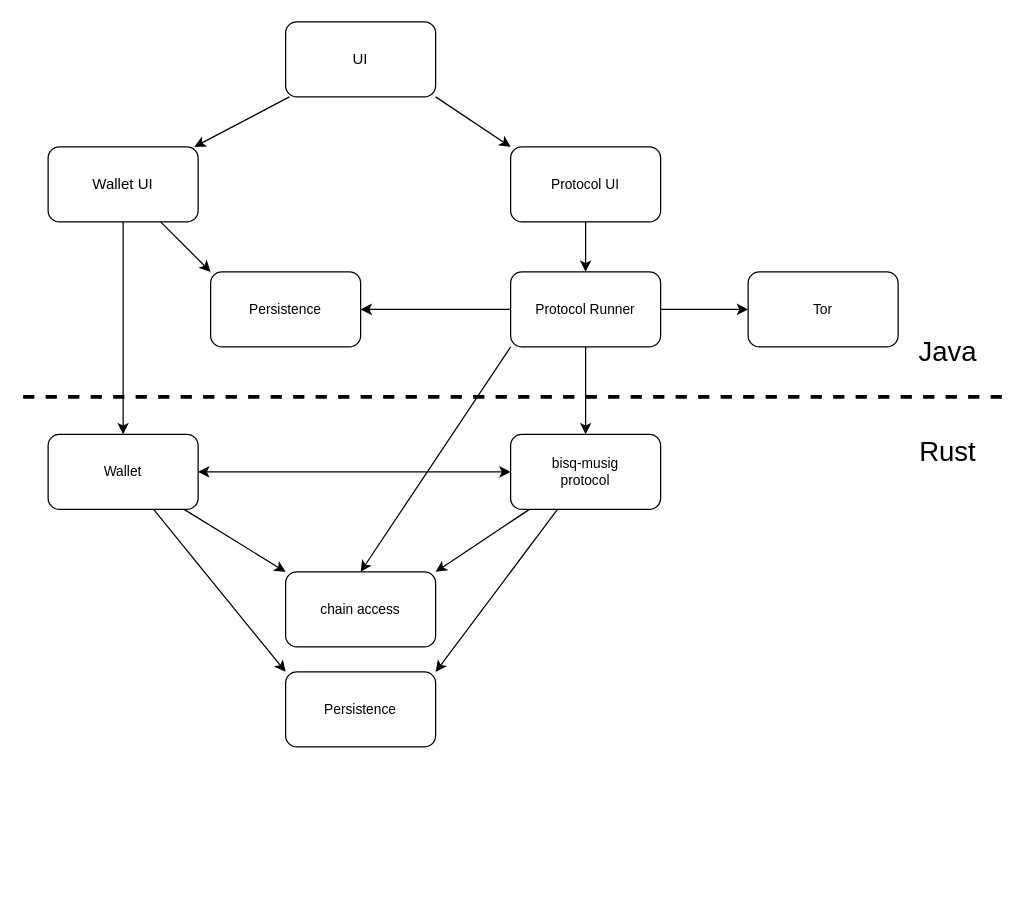
The draw.io diagram concept/bisq-musig-modules.drawio in namloan/bisq-musig, before the edit. Source tidied: cells renumbered, new cells numbered last; positions are measured from the earlier drawing's top-left corner, leaving out a move shared by most shapes. Both pictures are drawn from the tidied source at 125%, with x=0, y=0 at pixel (22, 21).
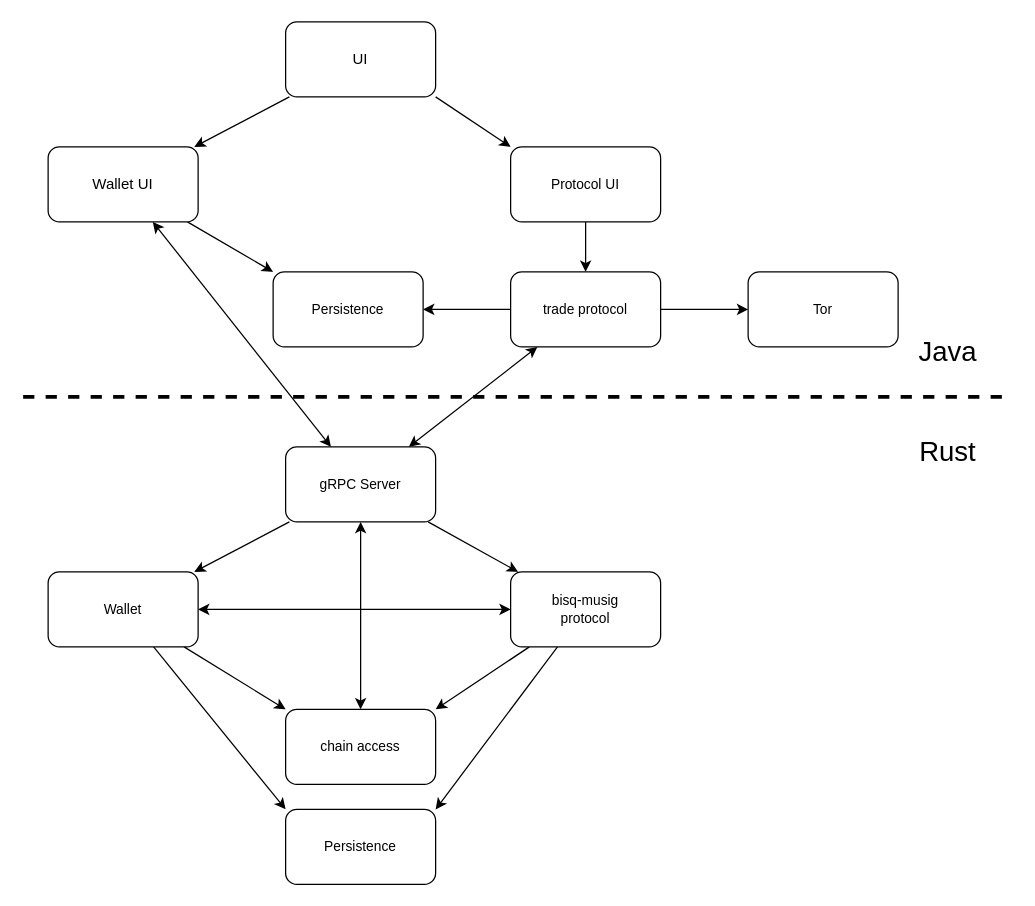
After the change.

Commit message:
minor changes to module-drawing

The change refers to these unchanged cells:
```xml
<mxCell id="7" value="Wallet UI" style="rounded=1;whiteSpace=wrap;html=1;" parent="1" vertex="1">
  <mxGeometry x="20" y="100" width="120" height="60" as="geometry" />
</mxCell>
```

What changed in the source:
```diff
@@
-    <mxCell id="5" style="edgeStyle=none;shape=connector;rounded=0;jettySize=auto;html=1;labelBackgroundColor=default;strokeColor=default;align=center;verticalAlign=middle;fontFamily=Helvetica;fontSize=11;fontColor=default;endArrow=classic;" parent="1" edge="1" source="7" target="18">
+    <mxCell id="5" style="edgeStyle=none;shape=connector;rounded=0;jettySize=auto;html=1;labelBackgroundColor=default;strokeColor=default;align=center;verticalAlign=middle;fontFamily=Helvetica;fontSize=11;fontColor=default;endArrow=classic;startArrow=classic;startFill=1;" parent="1" edge="1" source="7" target="33">
       <mxGeometry relative="1" as="geometry" />
     </mxCell>
@@
-    <mxCell id="10" style="edgeStyle=none;shape=connector;rounded=0;jettySize=auto;html=1;entryX=0.5;entryY=0;entryDx=0;entryDy=0;labelBackgroundColor=default;strokeColor=default;align=center;verticalAlign=middle;fontFamily=Helvetica;fontSize=11;fontColor=default;endArrow=classic;" parent="1" edge="1" source="14" target="21">
-      <mxGeometry relative="1" as="geometry" />
-    </mxCell>
-    <mxCell id="11" style="edgeStyle=none;shape=connector;rounded=0;jettySize=auto;html=1;entryX=0.5;entryY=0;entryDx=0;entryDy=0;labelBackgroundColor=default;strokeColor=default;align=center;verticalAlign=middle;fontFamily=Helvetica;fontSize=11;fontColor=default;endArrow=classic;exitX=0;exitY=1;exitDx=0;exitDy=0;" parent="1" edge="1" source="14" target="22">
-      <mxGeometry relative="1" as="geometry" />
-    </mxCell>
@@
-    <mxCell id="14" value="Protocol Runner" style="rounded=1;whiteSpace=wrap;html=1;fontFamily=Helvetica;fontSize=11;fontColor=default;" parent="1" vertex="1">
+    <mxCell id="14" value="trade protocol" style="rounded=1;whiteSpace=wrap;html=1;fontFamily=Helvetica;fontSize=11;fontColor=default;" parent="1" vertex="1">
       <mxGeometry x="390" y="200" width="120" height="60" as="geometry" />
     </mxCell>
@@
     <mxCell id="18" value="Wallet" style="rounded=1;whiteSpace=wrap;html=1;fontFamily=Helvetica;fontSize=11;fontColor=default;" parent="1" vertex="1">
-      <mxGeometry x="20" y="330" width="120" height="60" as="geometry" />
+      <mxGeometry x="20" y="440" width="120" height="60" as="geometry" />
     </mxCell>
@@
     <mxCell id="21" value="bisq-musig&lt;br&gt;protocol" style="rounded=1;whiteSpace=wrap;html=1;fontFamily=Helvetica;fontSize=11;fontColor=default;" parent="1" vertex="1">
-      <mxGeometry x="390" y="330" width="120" height="60" as="geometry" />
+      <mxGeometry x="390" y="440" width="120" height="60" as="geometry" />
     </mxCell>
     <mxCell id="22" value="chain access" style="rounded=1;whiteSpace=wrap;html=1;fontFamily=Helvetica;fontSize=11;fontColor=default;" parent="1" vertex="1">
-      <mxGeometry x="210" y="440" width="120" height="60" as="geometry" />
+      <mxGeometry x="210" y="550" width="120" height="60" as="geometry" />
     </mxCell>
@@
     <mxCell id="24" value="Persistence" style="rounded=1;whiteSpace=wrap;html=1;fontFamily=Helvetica;fontSize=11;fontColor=default;" parent="1" vertex="1">
-      <mxGeometry x="150" y="200" width="120" height="60" as="geometry" />
+      <mxGeometry x="200" y="200" width="120" height="60" as="geometry" />
     </mxCell>
@@
     <mxCell id="28" value="Persistence" style="rounded=1;whiteSpace=wrap;html=1;fontFamily=Helvetica;fontSize=11;fontColor=default;" parent="1" vertex="1">
-      <mxGeometry x="210" y="520" width="120" height="60" as="geometry" />
+      <mxGeometry x="210" y="630" width="120" height="60" as="geometry" />
     </mxCell>
+    <mxCell id="29" style="edgeStyle=none;shape=connector;rounded=0;jettySize=auto;html=1;labelBackgroundColor=default;strokeColor=default;align=center;verticalAlign=middle;fontFamily=Helvetica;fontSize=11;fontColor=default;endArrow=classic;startArrow=classic;startFill=1;" parent="1" edge="1" source="14" target="33">
+      <mxGeometry relative="1" as="geometry" />
+    </mxCell>
+    <mxCell id="30" style="rounded=0;jettySize=auto;html=1;" parent="1" edge="1" source="33" target="18">
+      <mxGeometry relative="1" as="geometry" />
+    </mxCell>
+    <mxCell id="31" style="edgeStyle=none;shape=connector;rounded=0;jettySize=auto;html=1;labelBackgroundColor=default;strokeColor=default;align=center;verticalAlign=middle;fontFamily=Helvetica;fontSize=11;fontColor=default;endArrow=classic;" parent="1" edge="1" source="33" target="21">
+      <mxGeometry relative="1" as="geometry" />
+    </mxCell>
+    <mxCell id="32" style="rounded=0;jettySize=auto;html=1;labelBackgroundColor=default;strokeColor=default;align=center;verticalAlign=middle;fontFamily=Helvetica;fontSize=11;fontColor=default;endArrow=classic;endFill=1;startArrow=classic;startFill=1;" parent="1" edge="1" source="33" target="22">
+      <mxGeometry relative="1" as="geometry" />
+    </mxCell>
+    <mxCell id="33" value="gRPC Server" style="rounded=1;whiteSpace=wrap;html=1;fontFamily=Helvetica;fontSize=11;fontColor=default;" parent="1" vertex="1">
+      <mxGeometry x="210" y="340" width="120" height="60" as="geometry" />
+    </mxCell>
```
